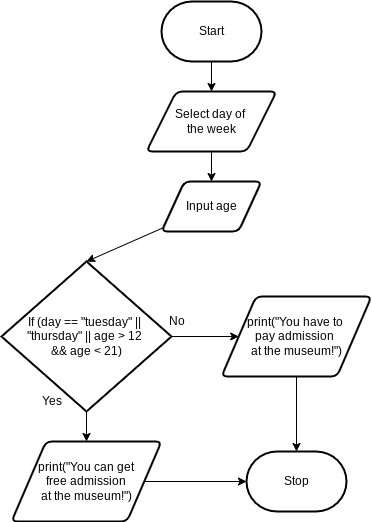
The draw.io diagram design/flowchart.png in marshall-demars/ICS20-Unit5-04-JS, before a commit. Source tidied: cells renumbered, new cells last; positions are measured from the earlier drawing's top-left corner, leaving out a move shared by most shapes. Source of this version:
```xml
<mxGraphModel>
  <root>
    <mxCell id="0" />
    <mxCell id="1" parent="0" />
    <mxCell id="2" style="edgeStyle=none;html=1;" parent="1" edge="1" source="3" target="5">
      <mxGeometry relative="1" as="geometry" />
    </mxCell>
    <mxCell id="3" value="Start" style="strokeWidth=2;html=1;shape=mxgraph.flowchart.terminator;whiteSpace=wrap;" parent="1" vertex="1">
      <mxGeometry x="160" width="100" height="60" as="geometry" />
    </mxCell>
    <mxCell id="4" style="edgeStyle=none;html=1;" parent="1" edge="1" source="5" target="7">
      <mxGeometry relative="1" as="geometry" />
    </mxCell>
    <mxCell id="5" value="Select day of &lt;br&gt;the week" style="shape=parallelogram;html=1;strokeWidth=2;perimeter=parallelogramPerimeter;whiteSpace=wrap;rounded=1;arcSize=12;size=0.23;" parent="1" vertex="1">
      <mxGeometry x="145" y="90" width="130" height="60" as="geometry" />
    </mxCell>
    <mxCell id="6" style="edgeStyle=none;html=1;entryX=0.5;entryY=0;entryDx=0;entryDy=0;entryPerimeter=0;" parent="1" edge="1" source="7" target="10">
      <mxGeometry relative="1" as="geometry" />
    </mxCell>
    <mxCell id="7" value="Input age" style="shape=parallelogram;html=1;strokeWidth=2;perimeter=parallelogramPerimeter;whiteSpace=wrap;rounded=1;arcSize=12;size=0.23;" parent="1" vertex="1">
      <mxGeometry x="160" y="180" width="100" height="50" as="geometry" />
    </mxCell>
    <mxCell id="8" style="edgeStyle=none;html=1;" parent="1" edge="1" source="10" target="12">
      <mxGeometry relative="1" as="geometry" />
    </mxCell>
    <mxCell id="9" style="edgeStyle=none;html=1;" parent="1" edge="1" source="10" target="14">
      <mxGeometry relative="1" as="geometry" />
    </mxCell>
    <mxCell id="10" value="If (day == &quot;tuesday&quot; || &lt;br&gt;&quot;thursday&quot; || age &amp;gt; 12 &lt;br&gt;&amp;amp;&amp;amp; age &amp;lt; 21)" style="strokeWidth=2;html=1;shape=mxgraph.flowchart.decision;whiteSpace=wrap;" parent="1" vertex="1">
      <mxGeometry y="260" width="170" height="150" as="geometry" />
    </mxCell>
    <mxCell id="11" style="edgeStyle=none;html=1;" parent="1" edge="1" source="12" target="15">
      <mxGeometry relative="1" as="geometry" />
    </mxCell>
    <mxCell id="12" value="print(&quot;You can get&lt;br&gt;&amp;nbsp;free admission &lt;br&gt;at the museum!&quot;)" style="shape=parallelogram;html=1;strokeWidth=2;perimeter=parallelogramPerimeter;whiteSpace=wrap;rounded=1;arcSize=12;size=0.23;" parent="1" vertex="1">
      <mxGeometry x="10" y="440" width="150" height="80" as="geometry" />
    </mxCell>
    <mxCell id="13" style="edgeStyle=none;html=1;" parent="1" edge="1" source="14" target="15">
      <mxGeometry relative="1" as="geometry" />
    </mxCell>
    <mxCell id="14" value="print(&quot;You have to &lt;br&gt;pay admission &lt;br&gt;at the museum!&quot;)" style="shape=parallelogram;html=1;strokeWidth=2;perimeter=parallelogramPerimeter;whiteSpace=wrap;rounded=1;arcSize=12;size=0.23;" parent="1" vertex="1">
      <mxGeometry x="220" y="295" width="150" height="80" as="geometry" />
    </mxCell>
    <mxCell id="15" value="Stop" style="strokeWidth=2;html=1;shape=mxgraph.flowchart.terminator;whiteSpace=wrap;" parent="1" vertex="1">
      <mxGeometry x="245" y="450" width="100" height="60" as="geometry" />
    </mxCell>
    <mxCell id="16" value="Yes" style="text;html=1;align=center;verticalAlign=middle;strokeColor=none;fillColor=none;" parent="1" vertex="1">
      <mxGeometry x="30" y="390" width="40" height="20" as="geometry" />
    </mxCell>
    <mxCell id="17" value="No" style="text;html=1;align=center;verticalAlign=middle;strokeColor=none;fillColor=none;" parent="1" vertex="1">
      <mxGeometry x="160" y="310" width="30" height="20" as="geometry" />
    </mxCell>
  </root>
</mxGraphModel>
```
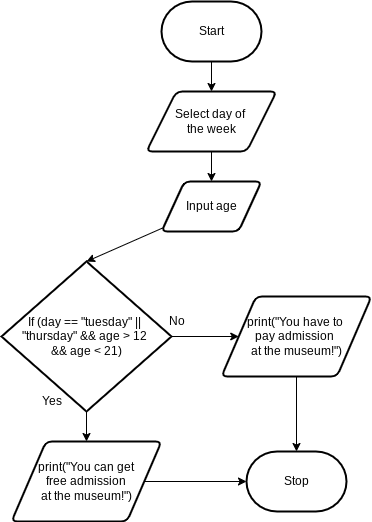
After the change.

Diff of the diagram source:
```diff
@@ -26,7 +26,7 @@
     <mxCell id="9" style="edgeStyle=none;html=1;" parent="1" edge="1" source="10" target="14">
       <mxGeometry relative="1" as="geometry" />
     </mxCell>
-    <mxCell id="10" value="If (day == &quot;tuesday&quot; || &lt;br&gt;&quot;thursday&quot; || age &amp;gt; 12 &lt;br&gt;&amp;amp;&amp;amp; age &amp;lt; 21)" style="strokeWidth=2;html=1;shape=mxgraph.flowchart.decision;whiteSpace=wrap;" parent="1" vertex="1">
+    <mxCell id="10" value="If (day == &quot;tuesday&quot; || &lt;br&gt;&quot;thursday&quot; &amp;amp;&amp;amp; age &amp;gt; 12 &lt;br&gt;&amp;amp;&amp;amp; age &amp;lt; 21)" style="strokeWidth=2;html=1;shape=mxgraph.flowchart.decision;whiteSpace=wrap;" parent="1" vertex="1">
       <mxGeometry y="260" width="170" height="150" as="geometry" />
     </mxCell>
     <mxCell id="11" style="edgeStyle=none;html=1;" parent="1" edge="1" source="12" target="15">
```
